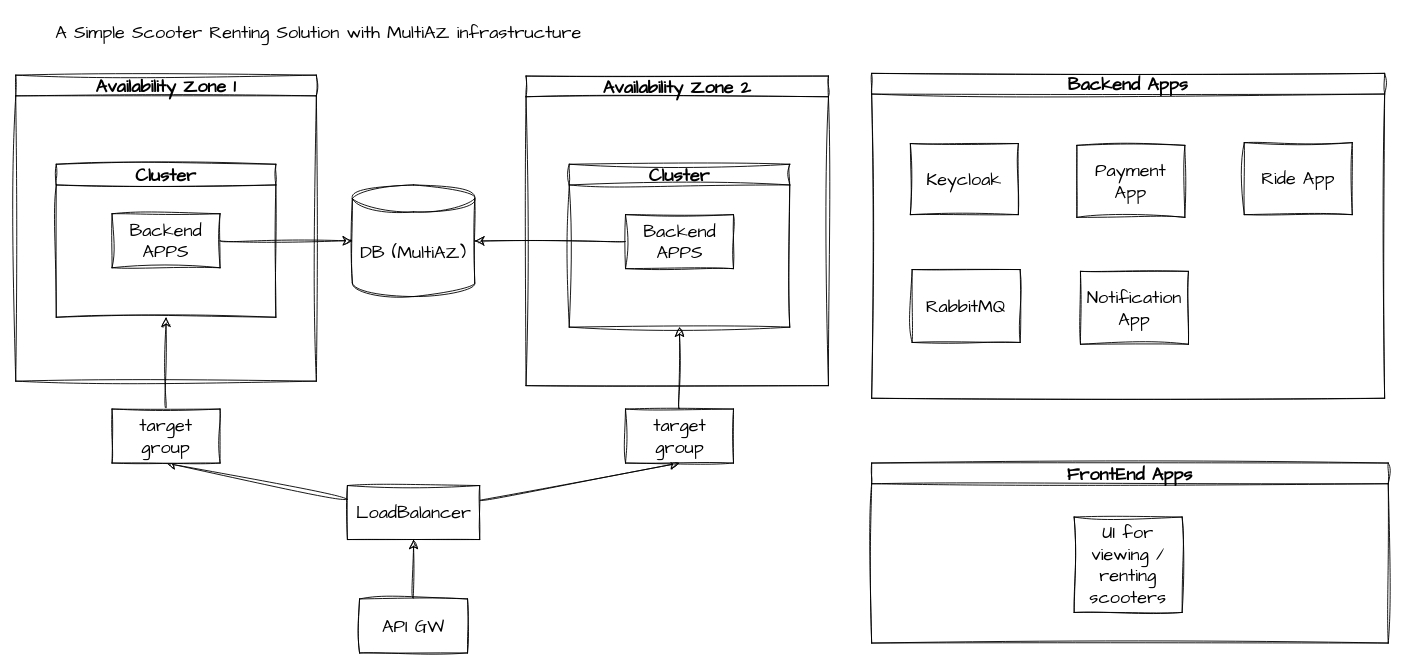
serdarburakguneri/scooter-renting keeps this draw.io diagram as documentation/scooter_service.drawio. Above is the earlier version. Source tidied: cells renumbered, new cells numbered last; positions are measured from the earlier drawing's top-left corner, leaving out a move shared by most shapes. Both pictures are drawn from the tidied source at 90%, with x=0, y=0 at pixel (15, 15).
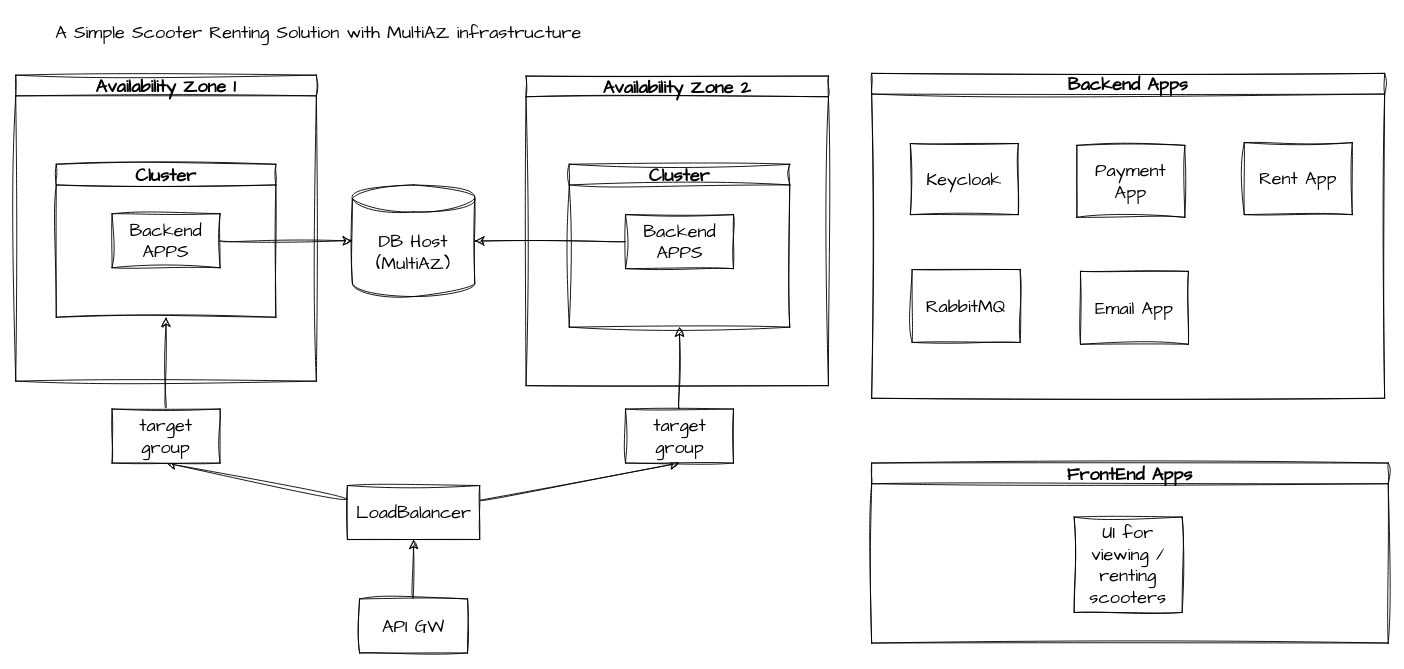
The same page after the edit.

The change refers to these unchanged cells:
```xml
<mxCell id="22" value="Backend Apps" style="swimlane;whiteSpace=wrap;html=1;sketch=1;hachureGap=4;jiggle=2;curveFitting=1;fontFamily=Architects Daughter;fontSize=20;" parent="1" vertex="1">
  <mxGeometry x="951" y="64" width="570" height="361" as="geometry" />
</mxCell>
```

The edit, as a diff of the source:
```diff
@@
-    <mxCell id="6" value="DB (MultiAZ)" style="shape=cylinder3;whiteSpace=wrap;html=1;boundedLbl=1;backgroundOutline=1;size=15;sketch=1;hachureGap=4;jiggle=2;curveFitting=1;fontFamily=Architects Daughter;fontSize=20;" parent="1" vertex="1">
+    <mxCell id="6" value="DB Host (MultiAZ)" style="shape=cylinder3;whiteSpace=wrap;html=1;boundedLbl=1;backgroundOutline=1;size=15;sketch=1;hachureGap=4;jiggle=2;curveFitting=1;fontFamily=Architects Daughter;fontSize=20;" parent="1" vertex="1">
       <mxGeometry x="374" y="188" width="136" height="124" as="geometry" />
     </mxCell>
@@
-    <mxCell id="24" value="Ride App" style="rounded=0;whiteSpace=wrap;html=1;sketch=1;hachureGap=4;jiggle=2;curveFitting=1;fontFamily=Architects Daughter;fontSize=20;" parent="22" vertex="1">
+    <mxCell id="24" value="Rent App" style="rounded=0;whiteSpace=wrap;html=1;sketch=1;hachureGap=4;jiggle=2;curveFitting=1;fontFamily=Architects Daughter;fontSize=20;" parent="22" vertex="1">
       <mxGeometry x="414" y="77" width="120" height="80" as="geometry" />
     </mxCell>
@@
-    <mxCell id="26" value="Notification App" style="rounded=0;whiteSpace=wrap;html=1;sketch=1;hachureGap=4;jiggle=2;curveFitting=1;fontFamily=Architects Daughter;fontSize=20;" parent="22" vertex="1">
+    <mxCell id="26" value="Email App" style="rounded=0;whiteSpace=wrap;html=1;sketch=1;hachureGap=4;jiggle=2;curveFitting=1;fontFamily=Architects Daughter;fontSize=20;" parent="22" vertex="1">
       <mxGeometry x="232" y="220" width="120" height="81" as="geometry" />
     </mxCell>
```
